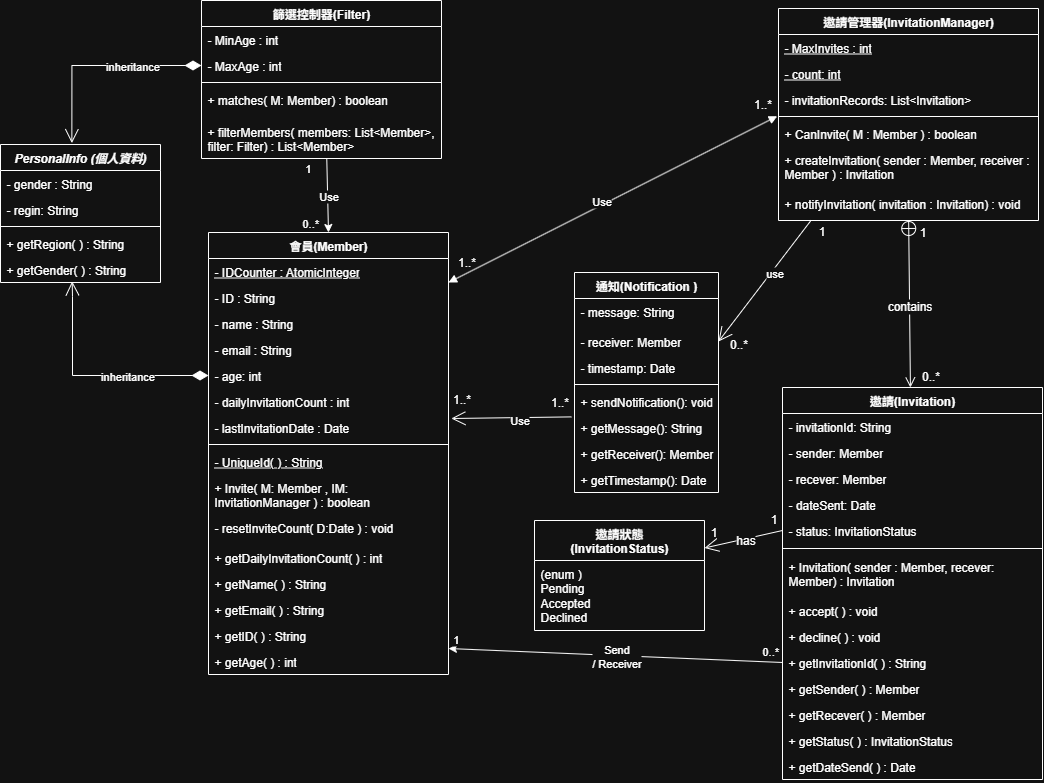
The draw.io diagram ClassDiagram/類別圖.png in cin-gf/IinvitationSystemPractice, before a commit. Source tidied: cells renumbered, new cells last; positions are measured from the earlier drawing's top-left corner, leaving out a move shared by most shapes.
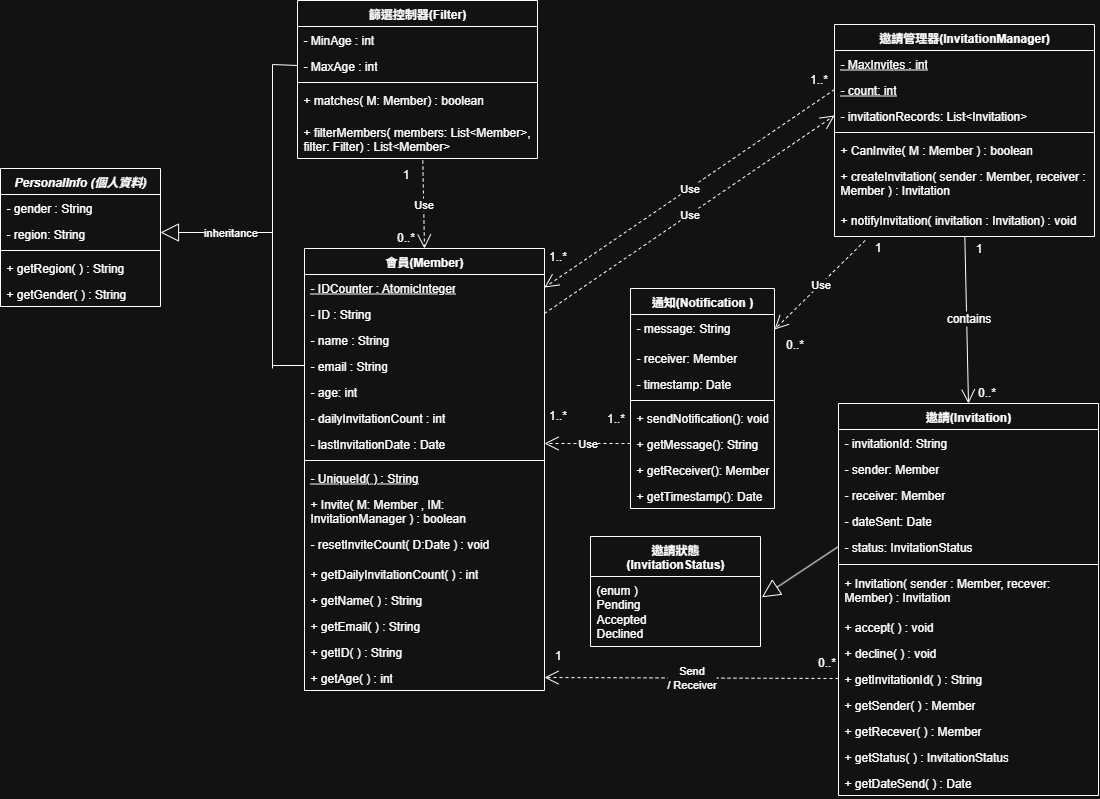
Above is the later version.

Change to the diagram source:
```diff
@@ -3,7 +3,7 @@
     <mxCell id="0" />
     <mxCell id="1" parent="0" />
     <mxCell id="2" value="會員(Member)" style="swimlane;fontStyle=1;align=center;verticalAlign=top;horizontal=1;startSize=26;whiteSpace=wrap;html=1;" parent="1" vertex="1">
-      <mxGeometry x="208" y="232" width="240" height="442" as="geometry" />
+      <mxGeometry x="248" y="232" width="240" height="442" as="geometry" />
     </mxCell>
     <mxCell id="3" value="&lt;u&gt;- IDCounter :&amp;nbsp;AtomicInteger&lt;/u&gt;" style="text;strokeColor=none;fillColor=none;align=left;verticalAlign=top;spacingLeft=4;spacingRight=4;overflow=hidden;points=[[0,0.5],[1,0.5]];portConstraint=eastwest;whiteSpace=wrap;html=1;" parent="2" vertex="1">
       <mxGeometry y="26" width="240" height="26" as="geometry" />
@@ -62,7 +62,7 @@
     <mxCell id="21" value="- sender: Member" style="text;strokeColor=none;fillColor=none;align=left;verticalAlign=top;spacingLeft=4;spacingRight=4;overflow=hidden;whiteSpace=wrap;html=1;" parent="19" vertex="1">
       <mxGeometry y="52" width="260" height="26" as="geometry" />
     </mxCell>
-    <mxCell id="22" value="- recever: Member" style="text;strokeColor=none;fillColor=none;align=left;verticalAlign=top;spacingLeft=4;spacingRight=4;overflow=hidden;whiteSpace=wrap;html=1;" parent="19" vertex="1">
+    <mxCell id="22" value="- receiver: Member" style="text;strokeColor=none;fillColor=none;align=left;verticalAlign=top;spacingLeft=4;spacingRight=4;overflow=hidden;whiteSpace=wrap;html=1;" parent="19" vertex="1">
       <mxGeometry y="78" width="260" height="26" as="geometry" />
     </mxCell>
     <mxCell id="23" value="- dateSent: Date" style="text;strokeColor=none;fillColor=none;align=left;verticalAlign=top;spacingLeft=4;spacingRight=4;overflow=hidden;whiteSpace=wrap;html=1;" parent="19" vertex="1">
@@ -99,7 +99,7 @@
       <mxGeometry y="366" width="260" height="26" as="geometry" />
     </mxCell>
     <mxCell id="34" value="篩選控制器(Filter)" style="swimlane;fontStyle=1;align=center;verticalAlign=top;horizontal=1;startSize=26;whiteSpace=wrap;html=1;" parent="1" vertex="1">
-      <mxGeometry x="201" width="240" height="158" as="geometry" />
+      <mxGeometry x="241" y="-16" width="240" height="158" as="geometry" />
     </mxCell>
     <mxCell id="35" value="- MinAge : int" style="text;strokeColor=none;fillColor=none;align=left;verticalAlign=top;spacingLeft=4;spacingRight=4;overflow=hidden;whiteSpace=wrap;html=1;" parent="34" vertex="1">
       <mxGeometry y="26" width="240" height="26" as="geometry" />
@@ -116,37 +116,11 @@
     <mxCell id="39" value="+ filterMembers&lt;span style=&quot;white-space-collapse: preserve;&quot; class=&quot;x3jgonx&quot;&gt;( members: List&amp;lt;Member&amp;gt;, filter: Filter)&lt;/span&gt;&amp;nbsp;:&amp;nbsp;&lt;span style=&quot;white-space-collapse: preserve;&quot;&gt;List&amp;lt;Member&amp;gt;&lt;/span&gt;" style="text;strokeColor=none;fillColor=none;align=left;verticalAlign=top;spacingLeft=4;spacingRight=4;overflow=hidden;points=[[0,0.5],[1,0.5]];portConstraint=eastwest;whiteSpace=wrap;html=1;" parent="34" vertex="1">
       <mxGeometry y="118" width="240" height="40" as="geometry" />
     </mxCell>
-    <mxCell id="40" style="endArrow=classic;html=1;rounded=0;exitX=0.522;exitY=1.012;exitDx=0;exitDy=0;exitPerimeter=0;" parent="1" edge="1" source="39">
-      <mxGeometry relative="1" as="geometry">
-        <mxPoint x="328" y="232" as="targetPoint" />
-      </mxGeometry>
-    </mxCell>
-    <mxCell id="41" value="Use" style="edgeLabel;html=1;align=center;verticalAlign=middle;" parent="40" vertex="1">
-      <mxGeometry relative="1" as="geometry" />
-    </mxCell>
-    <mxCell id="42" value="0..*" style="edgeLabel;html=1;align=left;verticalAlign=bottom;" parent="40" vertex="1">
-      <mxGeometry x="-1" relative="1" as="geometry">
-        <mxPoint x="-26" y="72" as="offset" />
-      </mxGeometry>
-    </mxCell>
-    <mxCell id="43" value="1&amp;nbsp; &amp;nbsp;" style="edgeLabel;html=1;align=right;verticalAlign=bottom;" parent="40" vertex="1">
-      <mxGeometry x="1" relative="1" as="geometry">
-        <mxPoint x="-8" y="-56" as="offset" />
-      </mxGeometry>
-    </mxCell>
-    <mxCell id="44" style="endArrow=block;startArrow=block;endFill=1;startFill=1;html=1;rounded=0;entryX=-0.005;entryY=1.144;entryDx=0;entryDy=0;entryPerimeter=0;" parent="1" edge="1" target="51">
-      <mxGeometry relative="1" as="geometry">
-        <mxPoint x="448" y="282" as="sourcePoint" />
-      </mxGeometry>
-    </mxCell>
-    <mxCell id="45" value="Use" style="edgeLabel;html=1;align=center;verticalAlign=middle;" parent="44" vertex="1">
-      <mxGeometry x="-0.06" y="4" relative="1" as="geometry" />
-    </mxCell>
     <mxCell id="46" value="1..*" style="text;html=1;align=center;verticalAlign=middle;strokeColor=none;fillColor=none;" parent="1" vertex="1">
-      <mxGeometry x="446" y="246" width="40" height="32" as="geometry" />
+      <mxGeometry x="481" y="224" width="40" height="32" as="geometry" />
     </mxCell>
     <mxCell id="47" value="1..*" style="text;html=1;align=center;verticalAlign=middle;strokeColor=none;fillColor=none;" parent="1" vertex="1">
-      <mxGeometry x="742" y="88" width="40" height="32" as="geometry" />
+      <mxGeometry x="742" y="47" width="40" height="32" as="geometry" />
     </mxCell>
     <mxCell id="48" value="邀請管理器(InvitationManager)" style="swimlane;fontStyle=1;align=center;verticalAlign=top;horizontal=1;startSize=26;whiteSpace=wrap;html=1;" parent="1" vertex="1">
       <mxGeometry x="778" y="8" width="260" height="212" as="geometry" />
@@ -178,41 +152,17 @@
     <mxCell id="57" value="&lt;div&gt;(enum&amp;nbsp;)&lt;/div&gt;Pending&lt;div&gt;Accepted&lt;/div&gt;&lt;div&gt;Declined&lt;/div&gt;" style="text;strokeColor=none;fillColor=none;align=left;verticalAlign=top;spacingLeft=4;spacingRight=4;overflow=hidden;points=[[0,0.5],[1,0.5]];portConstraint=eastwest;whiteSpace=wrap;html=1;" parent="56" vertex="1">
       <mxGeometry y="40" width="170" height="70" as="geometry" />
     </mxCell>
-    <mxCell id="58" style="endArrow=open;startArrow=circlePlus;endFill=0;startFill=0;endSize=8;html=1;rounded=0;fontSize=12;curved=1;" parent="1" edge="1" source="55" target="19">
-      <mxGeometry relative="1" as="geometry" />
-    </mxCell>
-    <mxCell id="59" value="contains" style="edgeLabel;html=1;align=center;verticalAlign=middle;fontSize=12;" parent="58" vertex="1">
-      <mxGeometry x="0.03" y="-1" relative="1" as="geometry" />
-    </mxCell>
     <mxCell id="60" value="1" style="text;html=1;align=center;verticalAlign=middle;strokeColor=none;fillColor=none;" parent="1" vertex="1">
       <mxGeometry x="910" y="216" width="24" height="32" as="geometry" />
     </mxCell>
     <mxCell id="61" value="0..*" style="text;html=1;align=center;verticalAlign=middle;strokeColor=none;fillColor=none;" parent="1" vertex="1">
       <mxGeometry x="910" y="360" width="40" height="32" as="geometry" />
     </mxCell>
-    <mxCell id="62" style="endArrow=open;endFill=1;endSize=12;html=1;rounded=0;fontSize=12;curved=1;entryX=1;entryY=0.25;entryDx=0;entryDy=0;exitX=0;exitY=0.5;exitDx=0;exitDy=0;" parent="1" edge="1" source="24" target="56">
-      <mxGeometry relative="1" as="geometry" />
-    </mxCell>
-    <mxCell id="63" value="has" style="edgeLabel;html=1;align=center;verticalAlign=middle;fontSize=12;" parent="62" vertex="1">
-      <mxGeometry x="-0.02" y="1" relative="1" as="geometry" />
-    </mxCell>
-    <mxCell id="64" value="1" style="text;html=1;align=center;verticalAlign=middle;strokeColor=none;fillColor=none;" parent="1" vertex="1">
-      <mxGeometry x="698" y="517" width="30" height="30" as="geometry" />
-    </mxCell>
-    <mxCell id="65" value="1" style="text;html=1;align=center;verticalAlign=middle;strokeColor=none;fillColor=none;" parent="1" vertex="1">
-      <mxGeometry x="758" y="504" width="30" height="30" as="geometry" />
-    </mxCell>
-    <mxCell id="66" style="endArrow=open;endFill=1;endSize=12;html=1;rounded=0;fontSize=12;curved=1;exitX=0.126;exitY=0.987;exitDx=0;exitDy=0;entryX=1;entryY=0.5;entryDx=0;entryDy=0;exitPerimeter=0;" parent="1" edge="1" source="55" target="72">
-      <mxGeometry relative="1" as="geometry" />
-    </mxCell>
-    <mxCell id="67" value="use" style="edgeLabel;html=1;align=center;verticalAlign=middle;" parent="66" vertex="1">
-      <mxGeometry x="-0.16" y="2" relative="1" as="geometry" />
-    </mxCell>
     <mxCell id="68" value="1" style="text;html=1;align=center;verticalAlign=middle;strokeColor=none;fillColor=none;" parent="1" vertex="1">
       <mxGeometry x="806" y="216" width="30" height="30" as="geometry" />
     </mxCell>
     <mxCell id="69" value="0..*" style="text;html=1;align=center;verticalAlign=middle;strokeColor=none;fillColor=none;" parent="1" vertex="1">
-      <mxGeometry x="718" y="328" width="40" height="32" as="geometry" />
+      <mxGeometry x="718" y="312" width="40" height="32" as="geometry" />
     </mxCell>
     <mxCell id="70" value="通知(Notification&amp;nbsp;)" style="swimlane;fontStyle=1;align=center;verticalAlign=top;horizontal=1;startSize=26;whiteSpace=wrap;html=1;" parent="1" vertex="1">
       <mxGeometry x="574" y="272" width="144" height="220" as="geometry" />
@@ -241,45 +191,19 @@
     <mxCell id="78" value="+ getTimestamp(): Date" style="text;strokeColor=none;fillColor=none;align=left;verticalAlign=top;spacingLeft=4;spacingRight=4;overflow=hidden;whiteSpace=wrap;html=1;" parent="70" vertex="1">
       <mxGeometry y="194" width="144" height="26" as="geometry" />
     </mxCell>
-    <mxCell id="79" style="endArrow=classic;html=1;rounded=0;exitX=0;exitY=0.5;exitDx=0;exitDy=0;entryX=1;entryY=0.5;entryDx=0;entryDy=0;" parent="1" edge="1" source="29">
-      <mxGeometry relative="1" as="geometry">
-        <mxPoint x="448" y="648" as="targetPoint" />
-      </mxGeometry>
-    </mxCell>
-    <mxCell id="80" value="Send&lt;br&gt;/ Receiver" style="edgeLabel;html=1;align=center;verticalAlign=middle;" parent="79" vertex="1">
-      <mxGeometry relative="1" as="geometry" />
-    </mxCell>
-    <mxCell id="81" value="0..*" style="edgeLabel;html=1;align=left;verticalAlign=bottom;" parent="79" vertex="1">
-      <mxGeometry x="-1" relative="1" as="geometry">
-        <mxPoint x="-22" y="-3" as="offset" />
-      </mxGeometry>
-    </mxCell>
-    <mxCell id="82" value="1&amp;nbsp; &amp;nbsp;" style="edgeLabel;html=1;align=right;verticalAlign=bottom;" parent="79" vertex="1">
-      <mxGeometry x="1" relative="1" as="geometry">
-        <mxPoint x="20" y="-1" as="offset" />
-      </mxGeometry>
-    </mxCell>
-    <mxCell id="83" style="endArrow=open;endFill=1;endSize=12;html=1;rounded=0;fontSize=12;curved=1;exitX=-0.022;exitY=0.092;exitDx=0;exitDy=0;entryX=1.012;entryY=0.154;entryDx=0;entryDy=0;exitPerimeter=0;entryPerimeter=0;" parent="1" edge="1" source="76">
-      <mxGeometry relative="1" as="geometry">
-        <mxPoint x="450.9" y="418" as="targetPoint" />
-      </mxGeometry>
-    </mxCell>
-    <mxCell id="84" value="Use" style="edgeLabel;html=1;align=center;verticalAlign=middle;" parent="83" vertex="1">
-      <mxGeometry x="-0.12" y="2" relative="1" as="geometry" />
-    </mxCell>
     <mxCell id="85" value="1..*" style="text;html=1;align=center;verticalAlign=middle;strokeColor=none;fillColor=none;" parent="1" vertex="1">
-      <mxGeometry x="441" y="383" width="40" height="32" as="geometry" />
+      <mxGeometry x="481" y="383" width="40" height="32" as="geometry" />
     </mxCell>
     <mxCell id="86" value="1..*" style="text;html=1;align=center;verticalAlign=middle;strokeColor=none;fillColor=none;" parent="1" vertex="1">
       <mxGeometry x="539" y="386" width="40" height="32" as="geometry" />
     </mxCell>
     <mxCell id="87" value="&lt;i&gt;PersonalInfo (個人資料)&lt;/i&gt;" style="swimlane;fontStyle=1;align=center;verticalAlign=top;horizontal=1;startSize=26;whiteSpace=wrap;html=1;" parent="1" vertex="1">
-      <mxGeometry y="144" width="160" height="138" as="geometry" />
+      <mxGeometry x="-56" y="152" width="160" height="138" as="geometry" />
     </mxCell>
     <mxCell id="88" value="- gender : String" style="text;strokeColor=none;fillColor=none;align=left;verticalAlign=top;spacingLeft=4;spacingRight=4;overflow=hidden;whiteSpace=wrap;html=1;" parent="87" vertex="1">
       <mxGeometry y="26" width="160" height="26" as="geometry" />
     </mxCell>
-    <mxCell id="89" value="- regin: String" style="text;strokeColor=none;fillColor=none;align=left;verticalAlign=top;spacingLeft=4;spacingRight=4;overflow=hidden;whiteSpace=wrap;html=1;" parent="87" vertex="1">
+    <mxCell id="89" value="- region: String" style="text;strokeColor=none;fillColor=none;align=left;verticalAlign=top;spacingLeft=4;spacingRight=4;overflow=hidden;whiteSpace=wrap;html=1;" parent="87" vertex="1">
       <mxGeometry y="52" width="160" height="26" as="geometry" />
     </mxCell>
     <mxCell id="90" style="line;strokeWidth=1;fillColor=none;align=left;verticalAlign=middle;spacingTop=-1;spacingLeft=3;spacingRight=3;labelPosition=right;strokeColor=inherit;" parent="87" vertex="1">
@@ -291,24 +215,69 @@
     <mxCell id="92" value="+&amp;nbsp;&lt;span style=&quot;white-space-collapse: preserve;&quot; class=&quot;x3jgonx&quot;&gt;getGender&lt;/span&gt;( ) : String" style="text;strokeColor=none;fillColor=none;align=left;verticalAlign=top;spacingLeft=4;spacingRight=4;overflow=hidden;points=[[0,0.5],[1,0.5]];portConstraint=eastwest;whiteSpace=wrap;html=1;" parent="87" vertex="1">
       <mxGeometry y="112" width="160" height="26" as="geometry" />
     </mxCell>
-    <mxCell id="93" style="endArrow=open;html=1;endSize=12;startArrow=diamondThin;startSize=14;startFill=1;edgeStyle=orthogonalEdgeStyle;align=left;verticalAlign=bottom;rounded=0;exitX=0;exitY=0.5;exitDx=0;exitDy=0;entryX=0.446;entryY=-0.01;entryDx=0;entryDy=0;entryPerimeter=0;" parent="1" edge="1" source="36" target="87">
-      <mxGeometry x="-1" y="3" relative="1" as="geometry" />
-    </mxCell>
-    <mxCell id="94" value="inheritance" style="edgeLabel;html=1;align=center;verticalAlign=middle;" parent="93" vertex="1">
-      <mxGeometry x="-0.32" relative="1" as="geometry" />
-    </mxCell>
-    <mxCell id="95" style="endArrow=open;html=1;endSize=12;startArrow=diamondThin;startSize=14;startFill=1;edgeStyle=orthogonalEdgeStyle;align=left;verticalAlign=bottom;rounded=0;exitX=0;exitY=0.5;exitDx=0;exitDy=0;entryX=0.448;entryY=0.957;entryDx=0;entryDy=0;entryPerimeter=0;" parent="1" edge="1" source="7" target="92">
-      <mxGeometry x="-1" y="3" relative="1" as="geometry">
-        <Array as="points">
-          <mxPoint x="72" y="375" />
-          <mxPoint x="72" y="296" />
-        </Array>
-      </mxGeometry>
-    </mxCell>
-    <mxCell id="96" value="inheritance" style="edgeLabel;html=1;align=center;verticalAlign=middle;" parent="95" vertex="1">
-      <mxGeometry x="-0.29" y="2" relative="1" as="geometry">
-        <mxPoint y="-2" as="offset" />
-      </mxGeometry>
-    </mxCell>
+    <mxCell id="97" value="Use" style="endArrow=open;endSize=12;dashed=1;html=1;rounded=0;exitX=0.522;exitY=1.05;exitDx=0;exitDy=0;exitPerimeter=0;entryX=0.5;entryY=0;entryDx=0;entryDy=0;" parent="1" edge="1" source="39" target="2">
+      <mxGeometry relative="1" as="geometry" />
+    </mxCell>
+    <mxCell id="98" style="endArrow=block;endSize=16;endFill=0;html=1;rounded=0;" parent="1" edge="1">
+      <mxGeometry relative="1" as="geometry">
+        <mxPoint x="216" y="216" as="sourcePoint" />
+        <mxPoint x="104" y="216" as="targetPoint" />
+      </mxGeometry>
+    </mxCell>
+    <mxCell id="99" value="inheritance" style="edgeLabel;html=1;align=center;verticalAlign=middle;" parent="98" vertex="1">
+      <mxGeometry x="-0.23" y="-1" relative="1" as="geometry" />
+    </mxCell>
+    <mxCell id="100" value="1" style="text;html=1;align=center;verticalAlign=middle;strokeColor=none;fillColor=none;" parent="1" vertex="1">
+      <mxGeometry x="337" y="142" width="24" height="32" as="geometry" />
+    </mxCell>
+    <mxCell id="101" value="0..*" style="text;html=1;align=center;verticalAlign=middle;strokeColor=none;fillColor=none;" parent="1" vertex="1">
+      <mxGeometry x="329" y="205" width="40" height="32" as="geometry" />
+    </mxCell>
+    <mxCell id="102" style="endArrow=none;html=1;rounded=0;" parent="1" edge="1">
+      <mxGeometry relative="1" as="geometry">
+        <mxPoint x="216" y="352" as="sourcePoint" />
+        <mxPoint x="216" y="48" as="targetPoint" />
+      </mxGeometry>
+    </mxCell>
+    <mxCell id="103" style="endArrow=none;html=1;rounded=0;exitX=0;exitY=0.5;exitDx=0;exitDy=0;" parent="1" edge="1" source="36">
+      <mxGeometry relative="1" as="geometry">
+        <mxPoint x="216" y="48" as="targetPoint" />
+      </mxGeometry>
+    </mxCell>
+    <mxCell id="104" style="endArrow=none;html=1;rounded=0;exitX=0;exitY=0.5;exitDx=0;exitDy=0;" parent="1" edge="1" source="6">
+      <mxGeometry relative="1" as="geometry">
+        <mxPoint x="216" y="349" as="targetPoint" />
+      </mxGeometry>
+    </mxCell>
+    <mxCell id="105" value="Use" style="endArrow=open;endSize=12;dashed=1;html=1;rounded=0;exitX=0;exitY=0.5;exitDx=0;exitDy=0;entryX=1;entryY=0.5;entryDx=0;entryDy=0;" parent="1" edge="1" source="50" target="3">
+      <mxGeometry relative="1" as="geometry" />
+    </mxCell>
+    <mxCell id="58" style="endArrow=open;endFill=1;endSize=12;html=1;rounded=0;fontSize=12;curved=1;entryX=0.5;entryY=0;entryDx=0;entryDy=0;" parent="1" edge="1" source="55" target="19">
+      <mxGeometry relative="1" as="geometry" />
+    </mxCell>
+    <mxCell id="59" value="contains" style="edgeLabel;html=1;align=center;verticalAlign=middle;fontSize=12;" parent="58" vertex="1">
+      <mxGeometry x="-0.02" y="1" relative="1" as="geometry" />
+    </mxCell>
+    <mxCell id="106" value="Use" style="endArrow=open;endSize=12;dashed=1;html=1;rounded=0;exitX=0.118;exitY=1.133;exitDx=0;exitDy=0;exitPerimeter=0;entryX=1;entryY=0.5;entryDx=0;entryDy=0;" parent="1" edge="1" source="55" target="71">
+      <mxGeometry relative="1" as="geometry" />
+    </mxCell>
+    <mxCell id="107" value="Use" style="endArrow=open;endSize=12;dashed=1;html=1;rounded=0;entryX=0;entryY=0.5;entryDx=0;entryDy=0;exitX=1;exitY=0.5;exitDx=0;exitDy=0;" parent="1" edge="1" source="4" target="51">
+      <mxGeometry relative="1" as="geometry" />
+    </mxCell>
+    <mxCell id="108" value="Use" style="endArrow=open;endSize=12;dashed=1;html=1;rounded=0;exitX=0;exitY=0.5;exitDx=0;exitDy=0;entryX=1;entryY=0.5;entryDx=0;entryDy=0;" parent="1" edge="1" source="76" target="9">
+      <mxGeometry relative="1" as="geometry" />
+    </mxCell>
+    <mxCell id="109" style="endArrow=block;endSize=16;endFill=0;html=1;rounded=0;entryX=1.008;entryY=0.297;entryDx=0;entryDy=0;entryPerimeter=0;exitX=0;exitY=0.5;exitDx=0;exitDy=0;" parent="1" edge="1" source="24" target="57">
+      <mxGeometry relative="1" as="geometry" />
+    </mxCell>
+    <mxCell id="80" value="Send&lt;br&gt;/ Receiver" style="endArrow=open;endSize=12;dashed=1;html=1;rounded=0;entryX=1;entryY=0.5;entryDx=0;entryDy=0;exitX=0;exitY=0.5;exitDx=0;exitDy=0;" parent="1" edge="1" source="29" target="18">
+      <mxGeometry relative="1" as="geometry" />
+    </mxCell>
+    <mxCell id="110" value="1" style="text;html=1;align=center;verticalAlign=middle;strokeColor=none;fillColor=none;" parent="1" vertex="1">
+      <mxGeometry x="486" y="624" width="30" height="30" as="geometry" />
+    </mxCell>
+    <mxCell id="111" value="0..*" style="text;html=1;align=center;verticalAlign=middle;strokeColor=none;fillColor=none;" parent="1" vertex="1">
+      <mxGeometry x="750" y="630" width="40" height="32" as="geometry" />
+    </mxCell>
   </root>
 </mxGraphModel>
```
